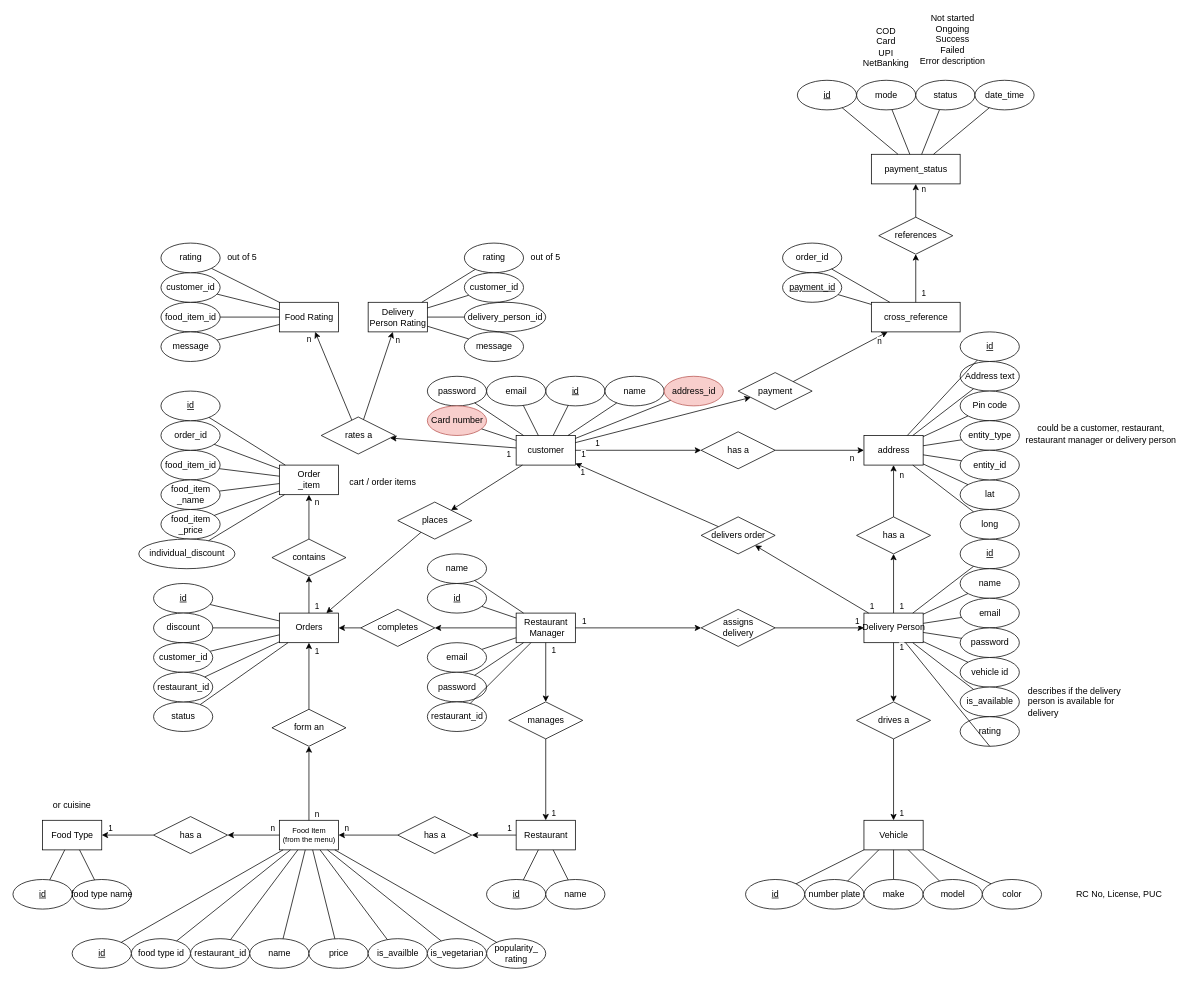
Earlier version of the draw.io diagram diagrams/ER/ER diagram.drawio (callofthewild/hunger-buzz). Source tidied: cells renumbered, new cells numbered last; positions are measured from the earlier drawing's top-left corner, leaving out a move shared by most shapes. Both pictures are drawn from the tidied source at 74%, with x=0, y=0 at pixel (13, 13).
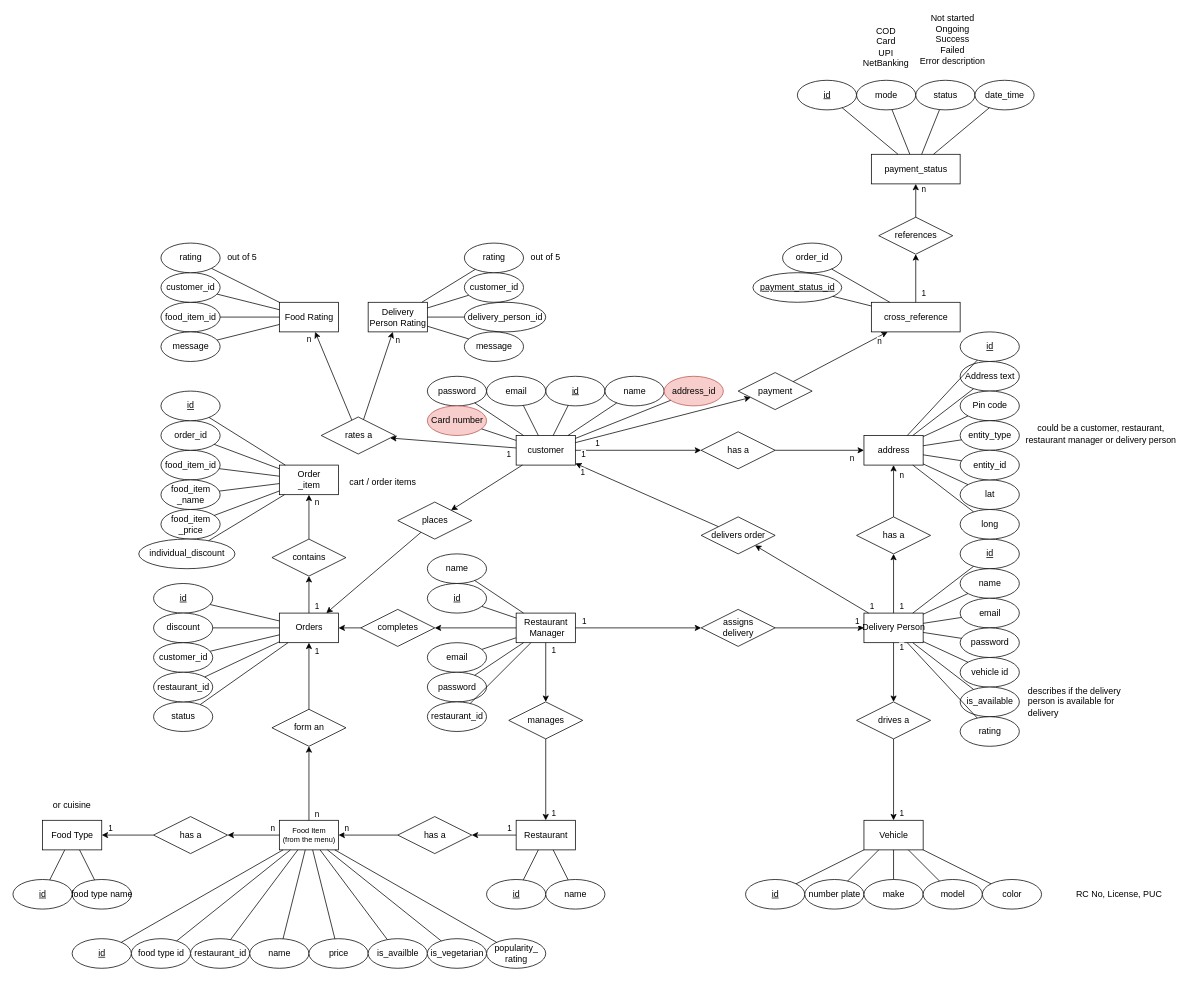
After the change.

Commit message:
edit : rename payment_id to payment_status_id

The change refers to these unchanged cells:
```xml
<mxCell id="26" value="Delivery Person" style="rounded=0;html=1;" parent="1" vertex="1">
  <mxGeometry x="1150" y="810" width="80" height="40" as="geometry" />
</mxCell>
<mxCell id="230" value="rating" style="ellipse;html=1;align=center;" parent="1" vertex="1">
  <mxGeometry x="1280" y="950" width="80" height="40" as="geometry" />
</mxCell>
```

What changed in the source:
```diff
@@
-    <mxCell id="193" value="payment_id" style="ellipse;html=1;align=center;fontStyle=4;" parent="1" vertex="1">
-      <mxGeometry x="1040" y="350" width="80" height="40" as="geometry" />
+    <mxCell id="193" value="payment_status_id" style="ellipse;html=1;align=center;fontStyle=4;" parent="1" vertex="1">
+      <mxGeometry x="1000" y="350" width="120" height="40" as="geometry" />
     </mxCell>
@@
-    <mxCell id="231" style="endArrow=none;html=1;rounded=0;entryX=0.5;entryY=1;entryDx=0;entryDy=0;" parent="1" edge="1" source="26" target="230">
+    <mxCell id="231" style="endArrow=none;html=1;rounded=0;" parent="1" edge="1" source="26" target="230">
       <mxGeometry relative="1" as="geometry" />
     </mxCell>
```
